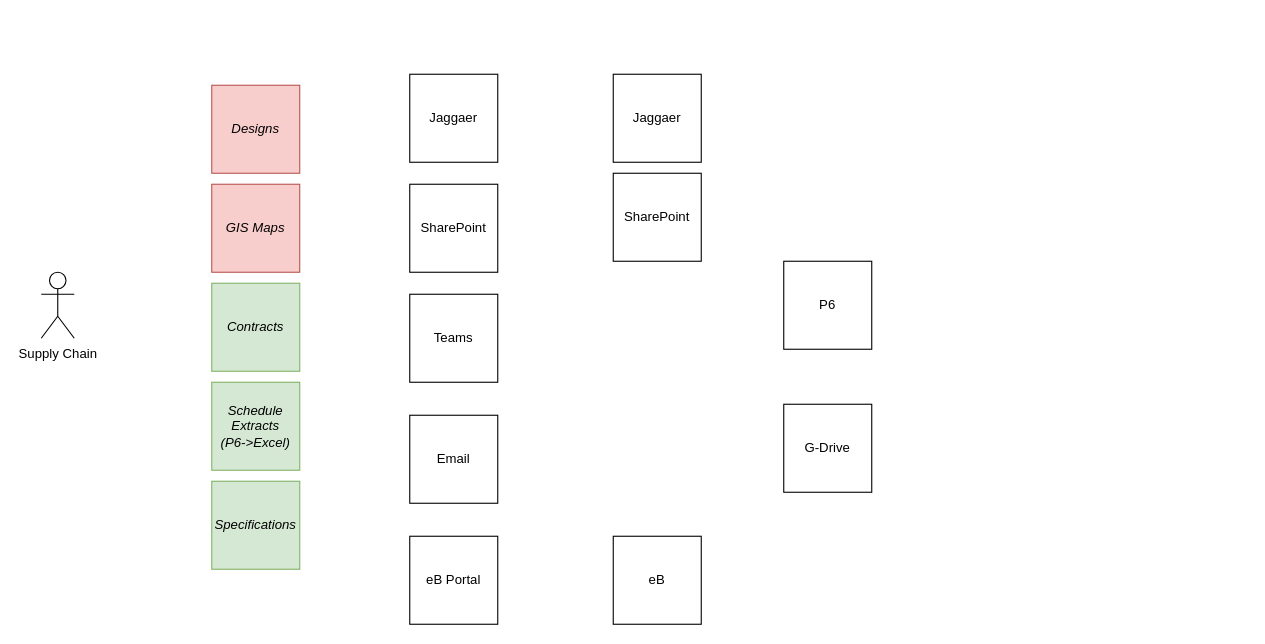
This is page "Page-1" (1 of 2) of DLP.drawio from martinlt/reference, a draw.io file, before an edit. Source tidied: cells renumbered, new cells numbered last; positions are measured from the earlier drawing's top-left corner, leaving out a move shared by most shapes. Both pictures are drawn from the tidied source at 110%, with x=0, y=0 at pixel (41, 74).
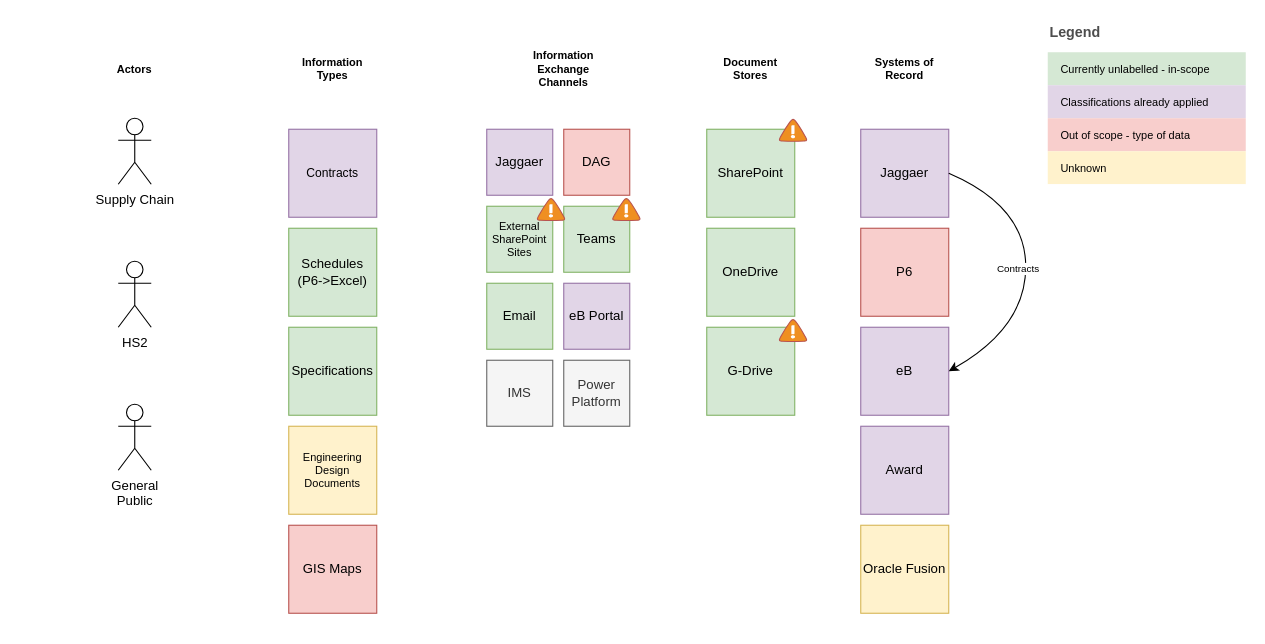
The same page after the edit.

Diff of the diagram source:
```diff
@@
-    <mxCell id="2" value="Supply Chain" style="shape=umlActor;verticalLabelPosition=bottom;verticalAlign=top;html=1;" parent="1" vertex="1">
-      <mxGeometry y="180" width="30" height="60" as="geometry" />
+    <mxCell id="2" value="HS2" style="shape=umlActor;verticalLabelPosition=bottom;verticalAlign=top;html=1;" parent="1" vertex="1">
+      <mxGeometry x="70" y="170" width="30" height="60" as="geometry" />
     </mxCell>
-    <mxCell id="3" value="SharePoint" style="whiteSpace=wrap;html=1;" parent="1" vertex="1">
-      <mxGeometry x="520" y="90" width="80" height="80" as="geometry" />
+    <mxCell id="3" value="SharePoint" style="whiteSpace=wrap;html=1;fillColor=#d5e8d4;strokeColor=#82b366;" parent="1" vertex="1">
+      <mxGeometry x="605" y="50" width="80" height="80" as="geometry" />
     </mxCell>
-    <mxCell id="4" value="eB" style="whiteSpace=wrap;html=1;" parent="1" vertex="1">
-      <mxGeometry x="520" y="420" width="80" height="80" as="geometry" />
+    <mxCell id="4" value="eB" style="whiteSpace=wrap;html=1;fillColor=#e1d5e7;strokeColor=#9673a6;" parent="1" vertex="1">
+      <mxGeometry x="745" y="230" width="80" height="80" as="geometry" />
     </mxCell>
-    <mxCell id="5" value="G-Drive" style="whiteSpace=wrap;html=1;" parent="1" vertex="1">
-      <mxGeometry x="675" y="300" width="80" height="80" as="geometry" />
+    <mxCell id="5" value="G-Drive" style="whiteSpace=wrap;html=1;fillColor=#d5e8d4;strokeColor=#82b366;" parent="1" vertex="1">
+      <mxGeometry x="605" y="230" width="80" height="80" as="geometry" />
     </mxCell>
-    <mxCell id="6" value="Teams" style="whiteSpace=wrap;html=1;" parent="1" vertex="1">
-      <mxGeometry x="335" y="200" width="80" height="80" as="geometry" />
+    <mxCell id="6" value="Teams" style="whiteSpace=wrap;html=1;fillColor=#d5e8d4;strokeColor=#82b366;" parent="1" vertex="1">
+      <mxGeometry x="475" y="120" width="60" height="60" as="geometry" />
     </mxCell>
-    <mxCell id="7" value="Email" style="whiteSpace=wrap;html=1;" parent="1" vertex="1">
-      <mxGeometry x="335" y="310" width="80" height="80" as="geometry" />
-    </mxCell>
-    <mxCell id="8" value="&lt;i&gt;Designs&lt;/i&gt;" style="whiteSpace=wrap;html=1;fillColor=#f8cecc;strokeColor=#b85450;" parent="1" vertex="1">
-      <mxGeometry x="155" y="10" width="80" height="80" as="geometry" />
+    <mxCell id="8" value="&lt;div style=&quot;font-size: 10px;&quot;&gt;&lt;span style=&quot;font-size: 10px;&quot;&gt;Engineering Design Documents&lt;/span&gt;&lt;/div&gt;" style="whiteSpace=wrap;html=1;fillColor=#fff2cc;strokeColor=#d6b656;fontSize=10;fontStyle=0;" parent="1" vertex="1">
+      <mxGeometry x="225" y="320" width="80" height="80" as="geometry" />
     </mxCell>
-    <mxCell id="9" value="&lt;i&gt;GIS Maps&lt;/i&gt;" style="whiteSpace=wrap;html=1;fillColor=#f8cecc;strokeColor=#b85450;" parent="1" vertex="1">
-      <mxGeometry x="155" y="100" width="80" height="80" as="geometry" />
+    <mxCell id="9" value="&lt;span&gt;GIS Maps&lt;/span&gt;" style="whiteSpace=wrap;html=1;fillColor=#f8cecc;strokeColor=#b85450;fontStyle=0;" parent="1" vertex="1">
+      <mxGeometry x="225" y="410" width="80" height="80" as="geometry" />
     </mxCell>
-    <mxCell id="10" value="Jaggaer" style="whiteSpace=wrap;html=1;" parent="1" vertex="1">
-      <mxGeometry x="335" width="80" height="80" as="geometry" />
+    <mxCell id="10" value="Jaggaer" style="whiteSpace=wrap;html=1;fillColor=#e1d5e7;strokeColor=#9673a6;" parent="1" vertex="1">
+      <mxGeometry x="405" y="50" width="60" height="60" as="geometry" />
     </mxCell>
-    <mxCell id="11" value="&lt;i&gt;Contracts&lt;/i&gt;" style="whiteSpace=wrap;html=1;fillColor=#d5e8d4;strokeColor=#82b366;" parent="1" vertex="1">
-      <mxGeometry x="155" y="190" width="80" height="80" as="geometry" />
+    <mxCell id="11" value="&lt;div style=&quot;font-size: 11px;&quot;&gt;&lt;span style=&quot;font-size: 11px;&quot;&gt;Contracts&lt;/span&gt;&lt;/div&gt;" style="whiteSpace=wrap;html=1;fillColor=#e1d5e7;strokeColor=#9673a6;fontSize=11;fontStyle=0;" parent="1" vertex="1">
+      <mxGeometry x="225" y="50" width="80" height="80" as="geometry" />
     </mxCell>
-    <mxCell id="12" value="&lt;i&gt;Schedule Extracts &lt;br&gt;(P6-&amp;gt;Excel)&lt;/i&gt;" style="whiteSpace=wrap;html=1;fillColor=#d5e8d4;strokeColor=#82b366;" parent="1" vertex="1">
-      <mxGeometry x="155" y="280" width="80" height="80" as="geometry" />
+    <mxCell id="12" value="&lt;span&gt;Schedules&lt;br&gt;(P6-&amp;gt;Excel)&lt;/span&gt;" style="whiteSpace=wrap;html=1;fillColor=#d5e8d4;strokeColor=#82b366;fontStyle=0;" parent="1" vertex="1">
+      <mxGeometry x="225" y="140" width="80" height="80" as="geometry" />
     </mxCell>
-    <mxCell id="13" value="&lt;i&gt;Specifications&lt;/i&gt;" style="whiteSpace=wrap;html=1;fillColor=#d5e8d4;strokeColor=#82b366;" parent="1" vertex="1">
-      <mxGeometry x="155" y="370" width="80" height="80" as="geometry" />
+    <mxCell id="13" value="&lt;span&gt;Specifications&lt;/span&gt;" style="whiteSpace=wrap;html=1;fillColor=#d5e8d4;strokeColor=#82b366;fontStyle=0;" parent="1" vertex="1">
+      <mxGeometry x="225" y="230" width="80" height="80" as="geometry" />
     </mxCell>
-    <mxCell id="14" value="P6" style="whiteSpace=wrap;html=1;" parent="1" vertex="1">
-      <mxGeometry x="675" y="170" width="80" height="80" as="geometry" />
+    <mxCell id="14" value="P6" style="whiteSpace=wrap;html=1;fillColor=#f8cecc;strokeColor=#b85450;" parent="1" vertex="1">
+      <mxGeometry x="745" y="140" width="80" height="80" as="geometry" />
     </mxCell>
-    <mxCell id="15" value="SharePoint" style="whiteSpace=wrap;html=1;" parent="1" vertex="1">
-      <mxGeometry x="335" y="100" width="80" height="80" as="geometry" />
-    </mxCell>
+    <mxCell id="17" value="Jaggaer" style="whiteSpace=wrap;html=1;fillColor=#e1d5e7;strokeColor=#9673a6;" parent="1" vertex="1">
+      <mxGeometry x="745" y="50" width="80" height="80" as="geometry" />
+    </mxCell>
+    <mxCell id="18" value="Supply Chain" style="shape=umlActor;verticalLabelPosition=bottom;verticalAlign=top;html=1;" parent="1" vertex="1">
+      <mxGeometry x="70" y="40" width="30" height="60" as="geometry" />
+    </mxCell>
+    <mxCell id="19" value="DAG" style="whiteSpace=wrap;html=1;fillColor=#f8cecc;strokeColor=#b85450;" parent="1" vertex="1">
+      <mxGeometry x="475" y="50" width="60" height="60" as="geometry" />
+    </mxCell>
+    <mxCell id="20" value="OneDrive" style="whiteSpace=wrap;html=1;fillColor=#d5e8d4;strokeColor=#82b366;" parent="1" vertex="1">
+      <mxGeometry x="605" y="140" width="80" height="80" as="geometry" />
+    </mxCell>
+    <mxCell id="21" value="Systems of Record" style="text;html=1;strokeColor=none;fillColor=none;align=center;verticalAlign=middle;whiteSpace=wrap;rounded=0;fontSize=10;fontStyle=1;" parent="1" vertex="1">
+      <mxGeometry x="755" y="-20" width="60" height="30" as="geometry" />
+    </mxCell>
+    <mxCell id="22" value="Document Stores" style="text;html=1;strokeColor=none;fillColor=none;align=center;verticalAlign=middle;whiteSpace=wrap;rounded=0;fontSize=10;fontStyle=1;" parent="1" vertex="1">
+      <mxGeometry x="615" y="-20" width="60" height="30" as="geometry" />
+    </mxCell>
+    <mxCell id="23" value="Information Exchange Channels" style="text;html=1;strokeColor=none;fillColor=none;align=center;verticalAlign=middle;whiteSpace=wrap;rounded=0;fontSize=10;fontStyle=1;" parent="1" vertex="1">
+      <mxGeometry x="445" y="-20" width="60" height="30" as="geometry" />
+    </mxCell>
-    <mxCell id="16" value="eB Portal" style="whiteSpace=wrap;html=1;" parent="1" vertex="1">
-      <mxGeometry x="335" y="420" width="80" height="80" as="geometry" />
+    <mxCell id="16" value="eB Portal" style="whiteSpace=wrap;html=1;fillColor=#e1d5e7;strokeColor=#9673a6;" parent="1" vertex="1">
+      <mxGeometry x="475" y="190" width="60" height="60" as="geometry" />
     </mxCell>
-    <mxCell id="17" value="Jaggaer" style="whiteSpace=wrap;html=1;" parent="1" vertex="1">
-      <mxGeometry x="520" width="80" height="80" as="geometry" />
-    </mxCell>
+    <mxCell id="7" value="Email" style="whiteSpace=wrap;html=1;fillColor=#d5e8d4;strokeColor=#82b366;" parent="1" vertex="1">
+      <mxGeometry x="405" y="190" width="60" height="60" as="geometry" />
+    </mxCell>
+    <mxCell id="24" value="External&lt;br style=&quot;font-size: 10px;&quot;&gt;SharePoint&lt;br style=&quot;font-size: 10px;&quot;&gt;Sites" style="whiteSpace=wrap;html=1;fillColor=#d5e8d4;strokeColor=#82b366;fontSize=10;" parent="1" vertex="1">
+      <mxGeometry x="405" y="120" width="60" height="60" as="geometry" />
+    </mxCell>
+    <mxCell id="25" value="Information&lt;br&gt;Types" style="text;html=1;strokeColor=none;fillColor=none;align=center;verticalAlign=middle;whiteSpace=wrap;rounded=0;fontSize=10;fontStyle=1;" parent="1" vertex="1">
+      <mxGeometry x="235" y="-20" width="60" height="30" as="geometry" />
+    </mxCell>
+    <mxCell id="26" value="Actors" style="text;html=1;strokeColor=none;fillColor=none;align=center;verticalAlign=middle;whiteSpace=wrap;rounded=0;fontSize=10;fontStyle=1;" parent="1" vertex="1">
+      <mxGeometry x="55" y="-20" width="60" height="30" as="geometry" />
+    </mxCell>
+    <mxCell id="27" value="Award" style="whiteSpace=wrap;html=1;fillColor=#e1d5e7;strokeColor=#9673a6;" parent="1" vertex="1">
+      <mxGeometry x="745" y="320" width="80" height="80" as="geometry" />
+    </mxCell>
+    <mxCell id="28" value="Legend" style="align=left;fontSize=13;fontStyle=1;strokeColor=none;fillColor=none;fontColor=#4D4D4D;spacingTop=-8;" parent="1" vertex="1">
+      <mxGeometry x="915" y="-50" width="180" height="30" as="geometry" />
+    </mxCell>
+    <mxCell id="29" style="shape=table;html=1;whiteSpace=wrap;startSize=0;childLayout=tableLayout;fillColor=none;align=left;spacingLeft=10;strokeColor=none;rounded=1;arcSize=11;fontColor=#FFFFFF;fontSize=10;" parent="1" vertex="1">
+      <mxGeometry x="915" y="-20" width="180" height="180" as="geometry" />
+    </mxCell>
+    <mxCell id="30" value="Currently unlabelled - in-scope" style="shape=partialRectangle;html=1;whiteSpace=wrap;fillColor=#d5e8d4;top=0;left=0;bottom=0;right=0;overflow=hidden;align=left;spacingLeft=10;strokeColor=#82b366;fontSize=10;" parent="29" vertex="1">
+      <mxGeometry width="180" height="30" as="geometry" />
+    </mxCell>
+    <mxCell id="31" value="Classifications already applied" style="shape=partialRectangle;html=1;whiteSpace=wrap;fillColor=#e1d5e7;top=0;left=0;bottom=0;right=0;overflow=hidden;align=left;spacingLeft=10;fontSize=10;strokeColor=#9673a6;" parent="29" vertex="1">
+      <mxGeometry y="30" width="180" height="30" as="geometry" />
+    </mxCell>
+    <mxCell id="32" value="Out of scope - type of data" style="shape=partialRectangle;html=1;whiteSpace=wrap;fillColor=#f8cecc;top=0;left=0;bottom=0;right=0;overflow=hidden;align=left;spacingLeft=10;fontSize=10;strokeColor=#b85450;" parent="29" vertex="1">
+      <mxGeometry y="60" width="180" height="30" as="geometry" />
+    </mxCell>
+    <mxCell id="33" value="Unknown" style="shape=partialRectangle;html=1;whiteSpace=wrap;top=0;left=0;bottom=0;right=0;overflow=hidden;align=left;spacingLeft=10;fontSize=10;fillColor=#fff2cc;strokeColor=#d6b656;" parent="29" vertex="1">
+      <mxGeometry y="90" width="180" height="30" as="geometry" />
+    </mxCell>
+    <mxCell id="34" style="shape=partialRectangle;html=1;whiteSpace=wrap;top=0;left=0;bottom=0;right=0;overflow=hidden;align=left;spacingLeft=10;fontSize=10;" parent="29" vertex="1">
+      <mxGeometry y="120" width="180" height="30" as="geometry" />
+    </mxCell>
+    <mxCell id="35" style="shape=partialRectangle;html=1;whiteSpace=wrap;top=0;left=0;bottom=0;right=0;overflow=hidden;align=left;spacingLeft=10;fontSize=10;" parent="29" vertex="1">
+      <mxGeometry y="150" width="180" height="30" as="geometry" />
+    </mxCell>
+    <mxCell id="36" value="Oracle Fusion" style="whiteSpace=wrap;html=1;fillColor=#fff2cc;strokeColor=#d6b656;" parent="1" vertex="1">
+      <mxGeometry x="745" y="410" width="80" height="80" as="geometry" />
+    </mxCell>
+    <mxCell id="37" value="Contracts" style="endArrow=classic;html=1;fontSize=9;exitX=1;exitY=0.5;exitDx=0;exitDy=0;entryX=1;entryY=0.5;entryDx=0;entryDy=0;curved=1;" parent="1" edge="1" source="17" target="4">
+      <mxGeometry y="-7" relative="1" as="geometry">
+        <Array as="points">
+          <mxPoint x="895" y="120" />
+          <mxPoint x="895" y="230" />
+        </Array>
+      </mxGeometry>
+    </mxCell>
+    <mxCell id="38" style="shadow=0;dashed=0;html=1;strokeColor=#b85450;fillColor=#FF0000;labelPosition=center;verticalLabelPosition=bottom;verticalAlign=top;align=center;shape=mxgraph.veeam.2d.alert;fontSize=9;" parent="1" vertex="1">
+      <mxGeometry x="519.5" y="113" width="25" height="20" as="geometry" />
+    </mxCell>
+    <mxCell id="39" style="shadow=0;dashed=0;html=1;strokeColor=#b85450;fillColor=#FF0000;labelPosition=center;verticalLabelPosition=bottom;verticalAlign=top;align=center;shape=mxgraph.veeam.2d.alert;fontSize=9;" parent="1" vertex="1">
+      <mxGeometry x="671" y="41" width="25" height="20" as="geometry" />
+    </mxCell>
+    <mxCell id="40" value="General&lt;br&gt;Public" style="shape=umlActor;verticalLabelPosition=bottom;verticalAlign=top;html=1;" parent="1" vertex="1">
+      <mxGeometry x="70" y="300" width="30" height="60" as="geometry" />
+    </mxCell>
+    <mxCell id="41" value="IMS" style="whiteSpace=wrap;html=1;fillColor=#f5f5f5;strokeColor=#666666;fontColor=#333333;" parent="1" vertex="1">
+      <mxGeometry x="405" y="260" width="60" height="60" as="geometry" />
+    </mxCell>
+    <mxCell id="42" value="Power Platform" style="whiteSpace=wrap;html=1;fillColor=#f5f5f5;strokeColor=#666666;fontColor=#333333;" parent="1" vertex="1">
+      <mxGeometry x="475" y="260" width="60" height="60" as="geometry" />
+    </mxCell>
+    <mxCell id="43" style="shadow=0;dashed=0;html=1;strokeColor=#b85450;fillColor=#FF0000;labelPosition=center;verticalLabelPosition=bottom;verticalAlign=top;align=center;shape=mxgraph.veeam.2d.alert;fontSize=9;" parent="1" vertex="1">
+      <mxGeometry x="451" y="113" width="25" height="20" as="geometry" />
+    </mxCell>
+    <mxCell id="44" style="shadow=0;dashed=0;html=1;strokeColor=#b85450;fillColor=#FF0000;labelPosition=center;verticalLabelPosition=bottom;verticalAlign=top;align=center;shape=mxgraph.veeam.2d.alert;fontSize=9;" parent="1" vertex="1">
+      <mxGeometry x="671" y="223" width="25" height="20" as="geometry" />
+    </mxCell>
```
